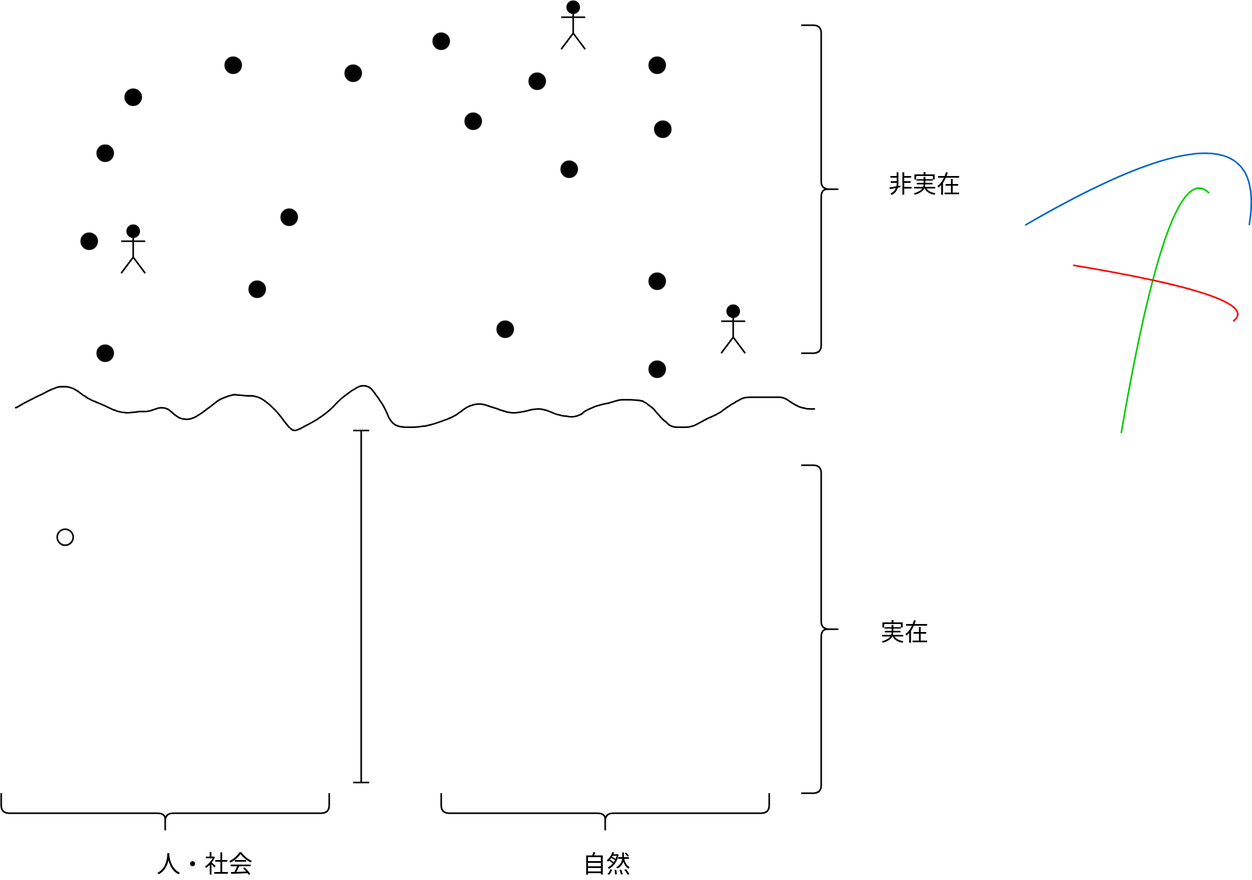
Before: assets/fig/20220605/relation.svg, a diagram exported from draw.io (kx198x/kx198x.github.io). Source tidied: cells renumbered, new cells last; positions are measured from the earlier drawing's top-left corner, leaving out a move shared by most shapes.
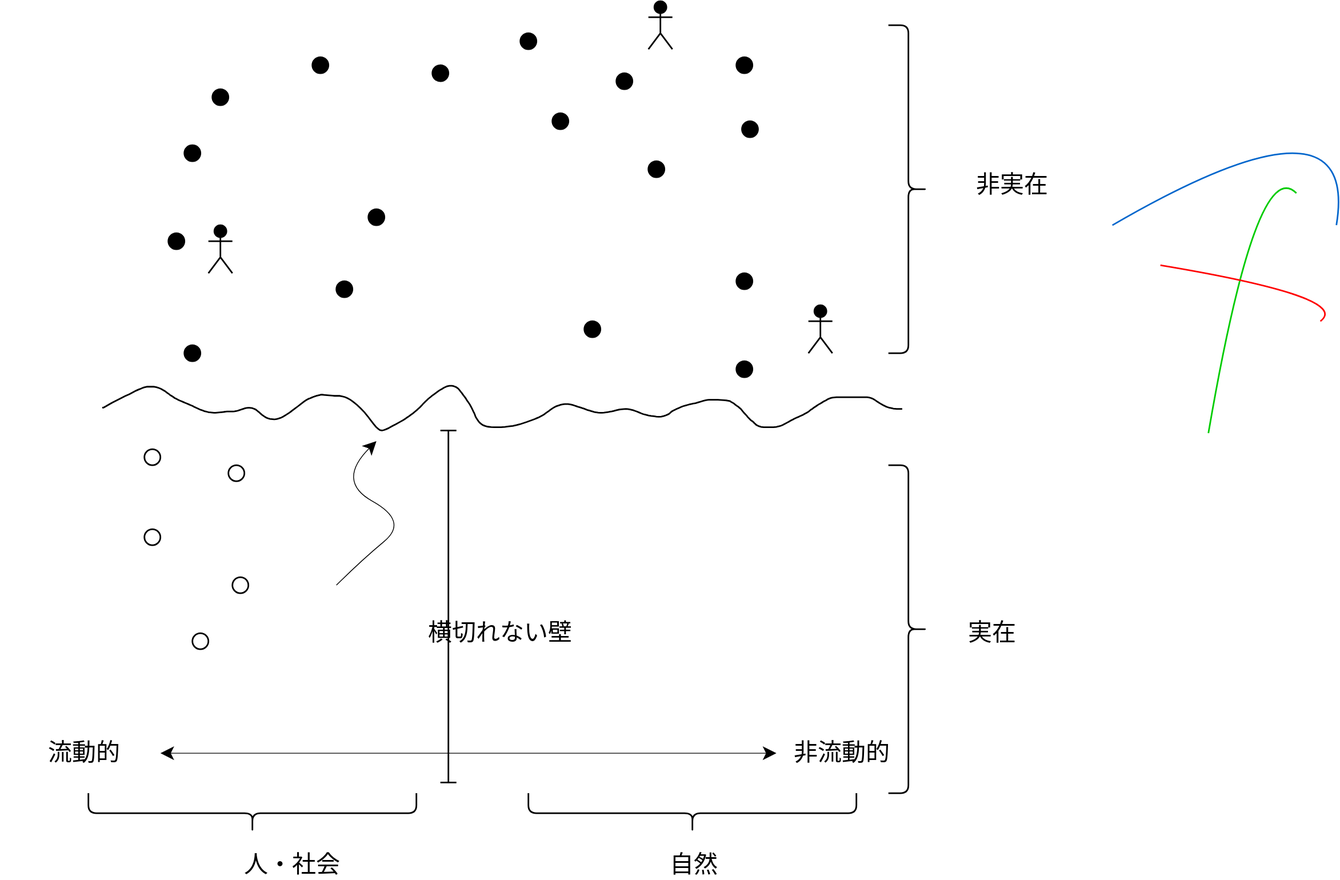
Later version of the same file.

What changed in the source:
```diff
@@ -122,5 +122,43 @@
     <mxCell id="35" style="ellipse;whiteSpace=wrap;html=1;hachureGap=4;strokeWidth=2;fillColor=none;" parent="1" vertex="1">
       <mxGeometry x="53" y="660" width="20" height="20" as="geometry" />
     </mxCell>
+    <mxCell id="36" style="endArrow=classic;startArrow=classic;html=1;rounded=0;fontSize=30;startSize=14;endSize=14;sourcePerimeterSpacing=8;targetPerimeterSpacing=8;curved=1;" parent="1" edge="1">
+      <mxGeometry relative="1" as="geometry">
+        <mxPoint x="73" y="940" as="sourcePoint" />
+        <mxPoint x="843" y="940" as="targetPoint" />
+      </mxGeometry>
+    </mxCell>
+    <mxCell id="37" value="&lt;span style=&quot;font-size: 30px;&quot;&gt;流動的&lt;/span&gt;" style="text;html=1;strokeColor=none;fillColor=none;align=center;verticalAlign=middle;whiteSpace=wrap;rounded=0;shadow=0;fontSize=40;" parent="1" vertex="1">
+      <mxGeometry x="-127" y="920" width="210" height="30" as="geometry" />
+    </mxCell>
+    <mxCell id="38" value="&lt;span style=&quot;font-size: 30px;&quot;&gt;非流動的&lt;/span&gt;" style="text;html=1;strokeColor=none;fillColor=none;align=center;verticalAlign=middle;whiteSpace=wrap;rounded=0;shadow=0;fontSize=40;" parent="1" vertex="1">
+      <mxGeometry x="820" y="920" width="210" height="30" as="geometry" />
+    </mxCell>
+    <mxCell id="39" style="ellipse;whiteSpace=wrap;html=1;hachureGap=4;strokeWidth=2;fillColor=none;" parent="1" vertex="1">
+      <mxGeometry x="163" y="720" width="20" height="20" as="geometry" />
+    </mxCell>
+    <mxCell id="40" style="ellipse;whiteSpace=wrap;html=1;hachureGap=4;strokeWidth=2;fillColor=none;" parent="1" vertex="1">
+      <mxGeometry x="113" y="790" width="20" height="20" as="geometry" />
+    </mxCell>
+    <mxCell id="41" style="ellipse;whiteSpace=wrap;html=1;hachureGap=4;strokeWidth=2;fillColor=none;" parent="1" vertex="1">
+      <mxGeometry x="53" y="560" width="20" height="20" as="geometry" />
+    </mxCell>
+    <mxCell id="42" style="ellipse;whiteSpace=wrap;html=1;hachureGap=4;strokeWidth=2;fillColor=none;" parent="1" vertex="1">
+      <mxGeometry x="158" y="580" width="20" height="20" as="geometry" />
+    </mxCell>
+    <mxCell id="43" style="curved=1;endArrow=classic;html=1;rounded=0;fontSize=30;startSize=14;endSize=14;sourcePerimeterSpacing=8;targetPerimeterSpacing=8;" parent="1" edge="1">
+      <mxGeometry relative="1" as="geometry">
+        <mxPoint x="293" y="730" as="sourcePoint" />
+        <mxPoint x="343" y="550" as="targetPoint" />
+        <Array as="points">
+          <mxPoint x="323" y="700" />
+          <mxPoint x="383" y="650" />
+          <mxPoint x="293" y="600" />
+        </Array>
+      </mxGeometry>
+    </mxCell>
+    <mxCell id="44" value="&lt;span style=&quot;font-size: 30px;&quot;&gt;横切れない壁&lt;/span&gt;" style="text;html=1;strokeColor=none;fillColor=none;align=center;verticalAlign=middle;whiteSpace=wrap;rounded=0;shadow=0;fontSize=40;" parent="1" vertex="1">
+      <mxGeometry x="393" y="770" width="210" height="30" as="geometry" />
+    </mxCell>
   </root>
 </mxGraphModel>
```
